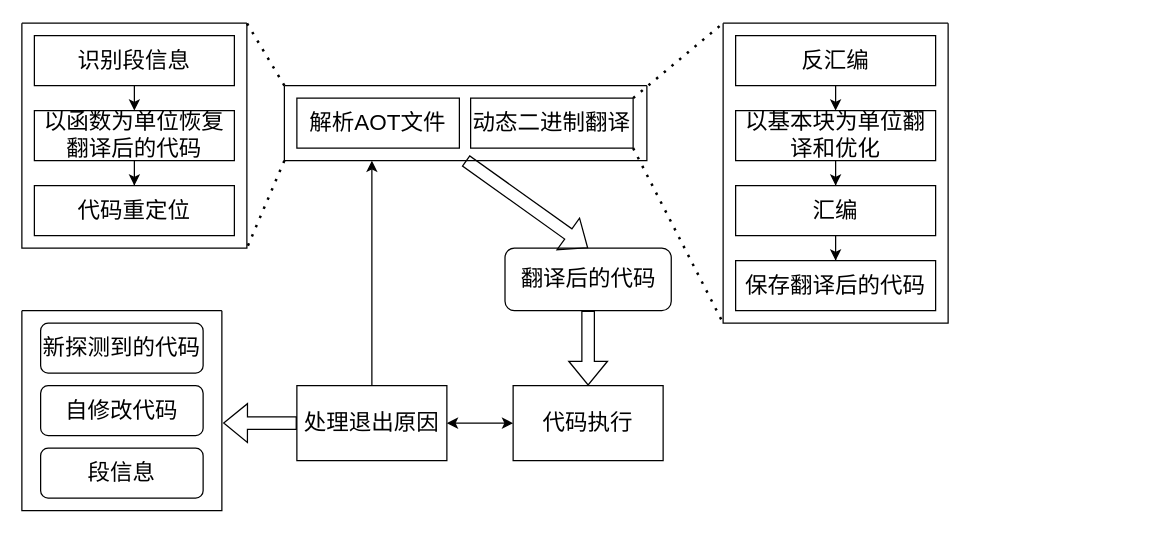
Before: page "第 43 页" (43 of 52) of lajit.drawio in ganjue66da/ganjue66da, a draw.io diagram. Source tidied: cells renumbered, new cells numbered last; positions are measured from the earlier drawing's top-left corner, leaving out a move shared by most shapes. Both pictures are drawn from the tidied source at 125%, with x=0, y=0 at pixel (21, 22).
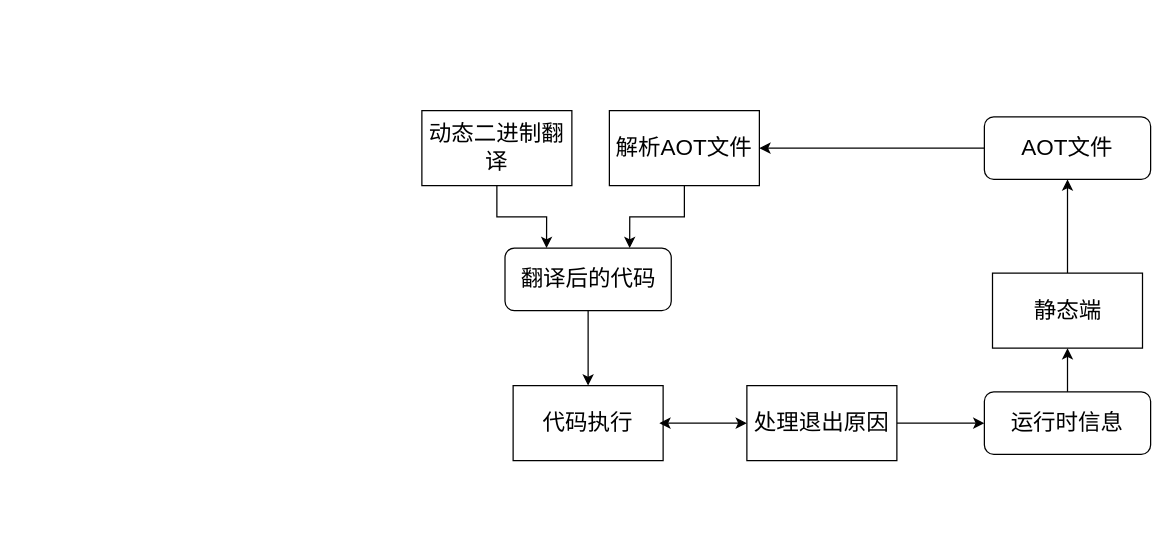
The same page after the edit.

The change refers to these unchanged cells:
```xml
<mxCell id="2" value="&lt;font style=&quot;font-size: 18px;&quot;&gt;翻译后的代码&lt;/font&gt;" style="rounded=1;whiteSpace=wrap;html=1;" parent="1" vertex="1">
  <mxGeometry x="386.5" y="180" width="133" height="50" as="geometry" />
</mxCell>
<mxCell id="4" value="&lt;span style=&quot;font-size: 18px;&quot;&gt;代码执行&lt;/span&gt;" style="rounded=0;whiteSpace=wrap;html=1;" parent="1" vertex="1">
  <mxGeometry x="393" y="290" width="120" height="60" as="geometry" />
</mxCell>
```

Diff of the diagram source:
```diff
@@
+    <mxCell id="26" style="edgeStyle=orthogonalEdgeStyle;rounded=0;jettySize=auto;html=1;exitX=0.5;exitY=1;exitDx=0;exitDy=0;entryX=0.5;entryY=0;entryDx=0;entryDy=0;" parent="1" edge="1" source="2" target="4">
+      <mxGeometry relative="1" as="geometry" />
+    </mxCell>
@@
-    <mxCell id="3" style="shape=flexArrow;endArrow=classic;html=1;rounded=0;entryX=0.5;entryY=0;entryDx=0;entryDy=0;exitX=0.5;exitY=1;exitDx=0;exitDy=0;" parent="1" edge="1" source="13" target="2">
-      <mxGeometry relative="1" as="geometry" />
-    </mxCell>
@@
-    <mxCell id="5" style="swimlane;startSize=0;" parent="1" vertex="1">
-      <mxGeometry x="561" width="180" height="240" as="geometry" />
-    </mxCell>
-    <mxCell id="6" value="反汇编" style="rounded=0;whiteSpace=wrap;html=1;fontSize=18;fillColor=none;" parent="5" vertex="1">
-      <mxGeometry x="10" y="10" width="160" height="40" as="geometry" />
-    </mxCell>
-    <mxCell id="7" value="以基本块为单位翻译和优化" style="rounded=0;whiteSpace=wrap;html=1;fontSize=18;fillColor=none;" parent="5" vertex="1">
-      <mxGeometry x="10" y="70" width="160" height="40" as="geometry" />
-    </mxCell>
-    <mxCell id="8" style="edgeStyle=orthogonalEdgeStyle;rounded=0;jettySize=auto;html=1;exitX=0.5;exitY=1;exitDx=0;exitDy=0;entryX=0.5;entryY=0;entryDx=0;entryDy=0;" parent="5" edge="1" source="6" target="7">
-      <mxGeometry relative="1" as="geometry" />
-    </mxCell>
-    <mxCell id="9" value="汇编" style="rounded=0;whiteSpace=wrap;html=1;fontSize=18;fillColor=none;" parent="5" vertex="1">
-      <mxGeometry x="10" y="130" width="160" height="40" as="geometry" />
-    </mxCell>
-    <mxCell id="10" style="edgeStyle=orthogonalEdgeStyle;rounded=0;jettySize=auto;html=1;" parent="5" edge="1" source="7" target="9">
-      <mxGeometry relative="1" as="geometry" />
-    </mxCell>
-    <mxCell id="11" value="保存翻译后的代码" style="rounded=0;whiteSpace=wrap;html=1;fontSize=18;fillColor=none;" parent="5" vertex="1">
-      <mxGeometry x="10" y="190" width="160" height="40" as="geometry" />
-    </mxCell>
-    <mxCell id="12" style="edgeStyle=orthogonalEdgeStyle;rounded=0;jettySize=auto;html=1;" parent="5" edge="1" source="9" target="11">
-      <mxGeometry relative="1" as="geometry" />
-    </mxCell>
-    <mxCell id="13" style="swimlane;startSize=0;" parent="1" vertex="1">
-      <mxGeometry x="210" y="50" width="290" height="60" as="geometry" />
-    </mxCell>
+    <mxCell id="35" style="edgeStyle=orthogonalEdgeStyle;rounded=0;jettySize=auto;html=1;exitX=1;exitY=0.5;exitDx=0;exitDy=0;entryX=0;entryY=0.5;entryDx=0;entryDy=0;" parent="1" edge="1" source="25" target="39">
+      <mxGeometry relative="1" as="geometry" />
+    </mxCell>
+    <mxCell id="25" value="&lt;span style=&quot;font-size: 18px;&quot;&gt;处理退出原因&lt;/span&gt;" style="rounded=0;whiteSpace=wrap;html=1;" parent="1" vertex="1">
+      <mxGeometry x="580" y="290" width="120" height="60" as="geometry" />
+    </mxCell>
+    <mxCell id="27" style="endArrow=classic;startArrow=classic;html=1;rounded=0;exitX=0;exitY=0.5;exitDx=0;exitDy=0;" parent="1" edge="1" source="25">
+      <mxGeometry relative="1" as="geometry">
+        <mxPoint x="510" y="320" as="targetPoint" />
+      </mxGeometry>
+    </mxCell>
+    <mxCell id="36" style="edgeStyle=orthogonalEdgeStyle;rounded=0;jettySize=auto;html=1;" parent="1" edge="1" source="37" target="41">
+      <mxGeometry relative="1" as="geometry" />
+    </mxCell>
+    <mxCell id="37" value="&lt;span style=&quot;font-size: 18px;&quot;&gt;静态端&lt;/span&gt;" style="rounded=0;whiteSpace=wrap;html=1;" parent="1" vertex="1">
+      <mxGeometry x="776.5" y="200" width="120" height="60" as="geometry" />
+    </mxCell>
+    <mxCell id="38" style="edgeStyle=orthogonalEdgeStyle;rounded=0;jettySize=auto;html=1;exitX=0.5;exitY=0;exitDx=0;exitDy=0;entryX=0.5;entryY=1;entryDx=0;entryDy=0;" parent="1" edge="1" source="39" target="37">
+      <mxGeometry relative="1" as="geometry" />
+    </mxCell>
+    <mxCell id="39" value="&lt;span style=&quot;font-size: 18px;&quot;&gt;运行时信息&lt;/span&gt;" style="rounded=1;whiteSpace=wrap;html=1;" parent="1" vertex="1">
+      <mxGeometry x="770" y="295" width="133" height="50" as="geometry" />
+    </mxCell>
+    <mxCell id="40" style="edgeStyle=orthogonalEdgeStyle;rounded=0;jettySize=auto;html=1;exitX=0;exitY=0.5;exitDx=0;exitDy=0;entryX=1;entryY=0.5;entryDx=0;entryDy=0;" parent="1" edge="1" source="41" target="14">
+      <mxGeometry relative="1" as="geometry" />
+    </mxCell>
+    <mxCell id="41" value="&lt;span style=&quot;font-size: 18px;&quot;&gt;AOT文件&lt;/span&gt;" style="rounded=1;whiteSpace=wrap;html=1;" parent="1" vertex="1">
+      <mxGeometry x="770" y="75" width="133" height="50" as="geometry" />
+    </mxCell>
+    <mxCell id="42" style="edgeStyle=orthogonalEdgeStyle;rounded=0;jettySize=auto;html=1;exitX=0.5;exitY=1;exitDx=0;exitDy=0;entryX=0.75;entryY=0;entryDx=0;entryDy=0;" parent="1" edge="1" source="14" target="2">
+      <mxGeometry relative="1" as="geometry" />
+    </mxCell>
-    <mxCell id="14" value="&lt;font style=&quot;font-size: 18px;&quot;&gt;解析AOT文件&lt;/font&gt;" style="rounded=0;whiteSpace=wrap;html=1;" parent="13" vertex="1">
-      <mxGeometry x="10" y="10" width="130" height="40" as="geometry" />
+    <mxCell id="14" value="&lt;font style=&quot;font-size: 18px;&quot;&gt;解析AOT文件&lt;/font&gt;" style="rounded=0;whiteSpace=wrap;html=1;" parent="1" vertex="1">
+      <mxGeometry x="470" y="70" width="120" height="60" as="geometry" />
     </mxCell>
+    <mxCell id="43" style="edgeStyle=orthogonalEdgeStyle;rounded=0;jettySize=auto;html=1;exitX=0.5;exitY=1;exitDx=0;exitDy=0;entryX=0.25;entryY=0;entryDx=0;entryDy=0;" parent="1" edge="1" source="15" target="2">
+      <mxGeometry relative="1" as="geometry" />
+    </mxCell>
-    <mxCell id="15" value="&lt;font style=&quot;font-size: 18px;&quot;&gt;动态二进制翻译&lt;/font&gt;" style="rounded=0;whiteSpace=wrap;html=1;" parent="13" vertex="1">
-      <mxGeometry x="149" y="10" width="130" height="40" as="geometry" />
+    <mxCell id="15" value="&lt;span style=&quot;font-size: 18px;&quot;&gt;动态二进制翻译&lt;/span&gt;" style="rounded=0;whiteSpace=wrap;html=1;" parent="1" vertex="1">
+      <mxGeometry x="320" y="70" width="120" height="60" as="geometry" />
     </mxCell>
-    <mxCell id="16" style="endArrow=none;dashed=1;html=1;dashPattern=1 3;strokeWidth=2;rounded=0;exitX=1;exitY=1;exitDx=0;exitDy=0;entryX=0;entryY=1;entryDx=0;entryDy=0;" parent="1" edge="1" source="15" target="5">
-      <mxGeometry relative="1" as="geometry" />
-    </mxCell>
-    <mxCell id="17" style="endArrow=none;dashed=1;html=1;dashPattern=1 3;strokeWidth=2;rounded=0;entryX=0;entryY=0;entryDx=0;entryDy=0;exitX=1;exitY=0;exitDx=0;exitDy=0;" parent="1" edge="1" source="15" target="5">
-      <mxGeometry relative="1" as="geometry" />
-    </mxCell>
-    <mxCell id="18" style="swimlane;startSize=0;" parent="1" vertex="1">
-      <mxGeometry width="180" height="180" as="geometry" />
-    </mxCell>
-    <mxCell id="19" value="识别段信息" style="rounded=0;whiteSpace=wrap;html=1;fontSize=18;fillColor=none;" parent="18" vertex="1">
-      <mxGeometry x="10" y="10" width="160" height="40" as="geometry" />
-    </mxCell>
-    <mxCell id="20" value="以函数为单位恢复翻译后的代码" style="rounded=0;whiteSpace=wrap;html=1;fontSize=18;fillColor=none;" parent="18" vertex="1">
-      <mxGeometry x="10" y="70" width="160" height="40" as="geometry" />
-    </mxCell>
-    <mxCell id="21" style="edgeStyle=orthogonalEdgeStyle;rounded=0;jettySize=auto;html=1;exitX=0.5;exitY=1;exitDx=0;exitDy=0;entryX=0.5;entryY=0;entryDx=0;entryDy=0;" parent="18" edge="1" source="19" target="20">
-      <mxGeometry relative="1" as="geometry" />
-    </mxCell>
-    <mxCell id="22" value="代码重定位" style="rounded=0;whiteSpace=wrap;html=1;fontSize=18;fillColor=none;" parent="18" vertex="1">
-      <mxGeometry x="10" y="130" width="160" height="40" as="geometry" />
-    </mxCell>
-    <mxCell id="23" style="edgeStyle=orthogonalEdgeStyle;rounded=0;jettySize=auto;html=1;" parent="18" edge="1" source="20" target="22">
-      <mxGeometry relative="1" as="geometry" />
-    </mxCell>
-    <mxCell id="24" style="edgeStyle=orthogonalEdgeStyle;rounded=0;jettySize=auto;html=1;exitX=0.5;exitY=0;exitDx=0;exitDy=0;" parent="1" edge="1" source="25">
-      <mxGeometry relative="1" as="geometry">
-        <mxPoint x="280" y="110" as="targetPoint" />
-        <Array as="points">
-          <mxPoint x="280" y="110" />
-        </Array>
-      </mxGeometry>
-    </mxCell>
-    <mxCell id="25" value="&lt;span style=&quot;font-size: 18px;&quot;&gt;处理退出原因&lt;/span&gt;" style="rounded=0;whiteSpace=wrap;html=1;" parent="1" vertex="1">
-      <mxGeometry x="220" y="290" width="120" height="60" as="geometry" />
-    </mxCell>
-    <mxCell id="26" style="shape=flexArrow;endArrow=classic;html=1;rounded=0;exitX=0.5;exitY=1;exitDx=0;exitDy=0;entryX=0.5;entryY=0;entryDx=0;entryDy=0;" parent="1" edge="1" source="2" target="4">
-      <mxGeometry relative="1" as="geometry" />
-    </mxCell>
-    <mxCell id="27" style="endArrow=classic;startArrow=classic;html=1;rounded=0;exitX=1;exitY=0.5;exitDx=0;exitDy=0;entryX=0;entryY=0.5;entryDx=0;entryDy=0;" parent="1" edge="1" source="25" target="4">
-      <mxGeometry relative="1" as="geometry" />
-    </mxCell>
-    <mxCell id="28" style="swimlane;startSize=0;" parent="1" vertex="1">
-      <mxGeometry y="230" width="160" height="160" as="geometry" />
-    </mxCell>
-    <mxCell id="29" value="&lt;font style=&quot;font-size: 18px;&quot;&gt;新探测到的代码&lt;/font&gt;" style="rounded=1;whiteSpace=wrap;html=1;" parent="28" vertex="1">
-      <mxGeometry x="15" y="10" width="130" height="40" as="geometry" />
-    </mxCell>
-    <mxCell id="30" value="&lt;font style=&quot;font-size: 18px;&quot;&gt;自修改代码&lt;/font&gt;" style="rounded=1;whiteSpace=wrap;html=1;" parent="28" vertex="1">
-      <mxGeometry x="15" y="60" width="130" height="40" as="geometry" />
-    </mxCell>
-    <mxCell id="31" value="&lt;font style=&quot;font-size: 18px;&quot;&gt;段信息&lt;/font&gt;" style="rounded=1;whiteSpace=wrap;html=1;" parent="28" vertex="1">
-      <mxGeometry x="15" y="110" width="130" height="40" as="geometry" />
-    </mxCell>
-    <mxCell id="32" style="endArrow=none;dashed=1;html=1;dashPattern=1 3;strokeWidth=2;rounded=0;exitX=0;exitY=0;exitDx=0;exitDy=0;entryX=1;entryY=0;entryDx=0;entryDy=0;" parent="1" edge="1" source="13" target="18">
-      <mxGeometry relative="1" as="geometry" />
-    </mxCell>
-    <mxCell id="33" style="endArrow=none;dashed=1;html=1;dashPattern=1 3;strokeWidth=2;rounded=0;exitX=0;exitY=1;exitDx=0;exitDy=0;entryX=1;entryY=1;entryDx=0;entryDy=0;" parent="1" edge="1" source="13" target="18">
-      <mxGeometry relative="1" as="geometry" />
-    </mxCell>
-    <mxCell id="34" style="shape=flexArrow;endArrow=classic;html=1;rounded=0;entryX=1.006;entryY=0.562;entryDx=0;entryDy=0;entryPerimeter=0;" parent="1" edge="1" target="28">
-      <mxGeometry relative="1" as="geometry">
-        <mxPoint x="220" y="320" as="sourcePoint" />
-      </mxGeometry>
-    </mxCell>
```
